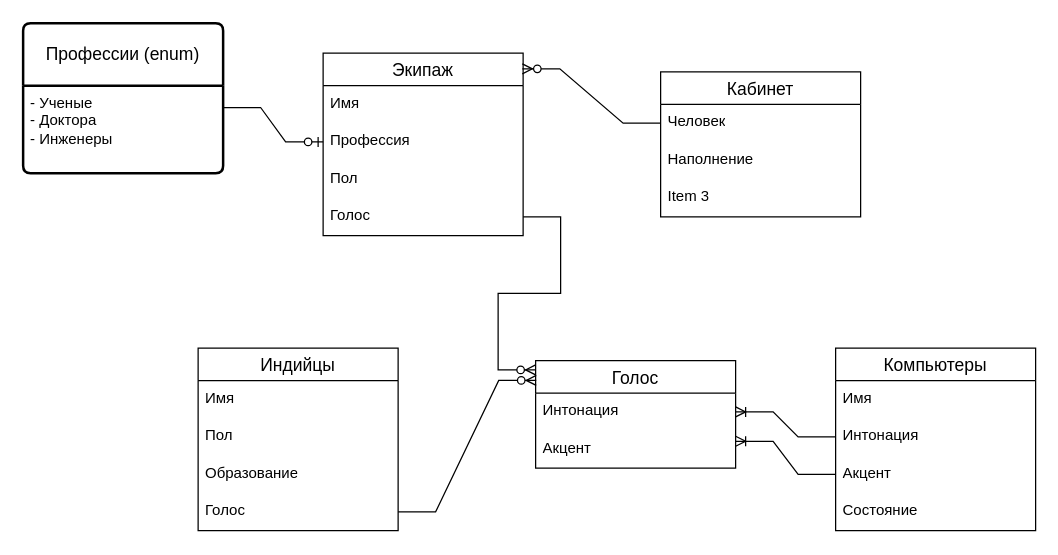
The draw.io diagram БД.drawio in ser535/DB-1, before the edit. Source tidied: cells renumbered, new cells numbered last; positions are measured from the earlier drawing's top-left corner, leaving out a move shared by most shapes. Both pictures are drawn from the tidied source at 125%, with x=0, y=0 at pixel (22, 22).
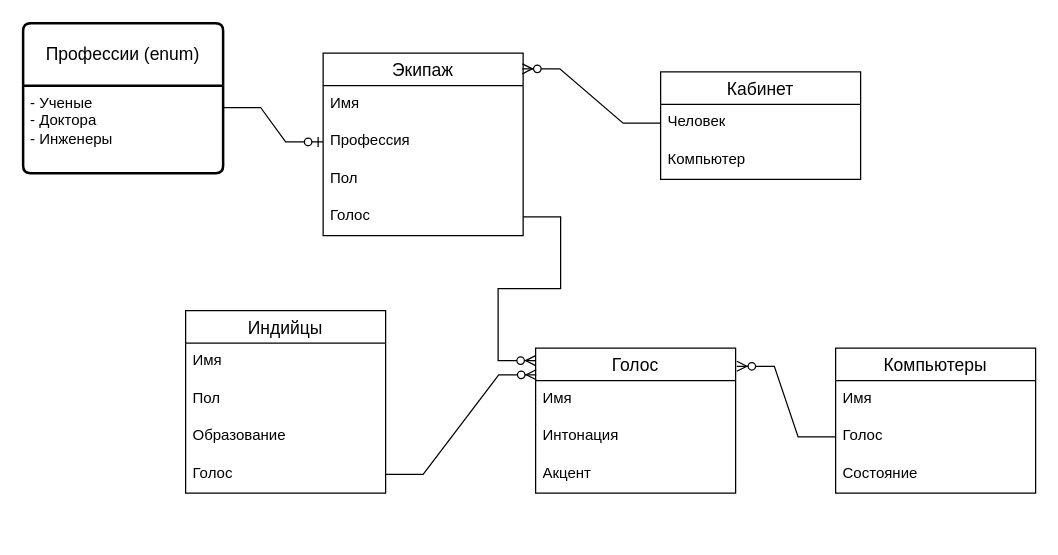
The same diagram, later.

Commit message:
Infologic diagram

What changed in the source:
```diff
@@
     <mxCell id="7" value="Компьютеры" style="swimlane;fontStyle=0;horizontal=1;startSize=26;align=center;fontSize=14;" parent="1" vertex="1">
-      <mxGeometry x="650" y="260" width="160" height="146" as="geometry" />
+      <mxGeometry x="650" y="260" width="160" height="116" as="geometry" />
     </mxCell>
@@
-    <mxCell id="9" value="Интонация" style="text;strokeColor=none;fillColor=none;spacingLeft=4;spacingRight=4;overflow=hidden;points=[[0,0.5],[1,0.5]];portConstraint=eastwest;fontSize=12;whiteSpace=wrap;html=1;" parent="7" vertex="1">
-      <mxGeometry y="56" width="160" height="30" as="geometry" />
-    </mxCell>
-    <mxCell id="10" value="Акцент" style="text;strokeColor=none;fillColor=none;spacingLeft=4;spacingRight=4;overflow=hidden;points=[[0,0.5],[1,0.5]];portConstraint=eastwest;fontSize=12;whiteSpace=wrap;html=1;" parent="7" vertex="1">
-      <mxGeometry y="86" width="160" height="30" as="geometry" />
+    <mxCell id="10" value="Голос" style="text;strokeColor=none;fillColor=none;spacingLeft=4;spacingRight=4;overflow=hidden;points=[[0,0.5],[1,0.5]];portConstraint=eastwest;fontSize=12;whiteSpace=wrap;html=1;" parent="7" vertex="1">
+      <mxGeometry y="56" width="160" height="30" as="geometry" />
     </mxCell>
     <mxCell id="11" value="Состояние" style="text;strokeColor=none;fillColor=none;spacingLeft=4;spacingRight=4;overflow=hidden;fontSize=12;whiteSpace=wrap;html=1;" parent="7" vertex="1">
-      <mxGeometry y="116" width="160" height="30" as="geometry" />
+      <mxGeometry y="86" width="160" height="30" as="geometry" />
     </mxCell>
     <mxCell id="12" value="Голос" style="swimlane;fontStyle=0;horizontal=1;startSize=26;align=center;fontSize=14;" parent="1" vertex="1">
-      <mxGeometry x="410" y="270" width="160" height="86" as="geometry" />
+      <mxGeometry x="410" y="260" width="160" height="116" as="geometry" />
     </mxCell>
-    <mxCell id="13" value="Интонация" style="text;strokeColor=none;fillColor=none;spacingLeft=4;spacingRight=4;overflow=hidden;points=[[0,0.5],[1,0.5]];portConstraint=eastwest;fontSize=12;whiteSpace=wrap;html=1;" parent="12" vertex="1">
+    <mxCell id="13" value="Имя" style="text;strokeColor=none;fillColor=none;spacingLeft=4;spacingRight=4;overflow=hidden;points=[[0,0.5],[1,0.5]];portConstraint=eastwest;fontSize=12;whiteSpace=wrap;html=1;" parent="12" vertex="1">
       <mxGeometry y="26" width="160" height="30" as="geometry" />
     </mxCell>
+    <mxCell id="9" value="Интонация" style="text;strokeColor=none;fillColor=none;spacingLeft=4;spacingRight=4;overflow=hidden;points=[[0,0.5],[1,0.5]];portConstraint=eastwest;fontSize=12;whiteSpace=wrap;html=1;" parent="12" vertex="1">
+      <mxGeometry y="56" width="160" height="30" as="geometry" />
+    </mxCell>
     <mxCell id="14" value="Акцент" style="text;strokeColor=none;fillColor=none;spacingLeft=4;spacingRight=4;overflow=hidden;fontSize=12;whiteSpace=wrap;html=1;" parent="12" vertex="1">
-      <mxGeometry y="56" width="160" height="30" as="geometry" />
+      <mxGeometry y="86" width="160" height="30" as="geometry" />
     </mxCell>
     <mxCell id="15" value="Индийцы" style="swimlane;fontStyle=0;horizontal=1;startSize=26;align=center;fontSize=14;" parent="1" vertex="1">
-      <mxGeometry x="140" y="260" width="160" height="146" as="geometry" />
+      <mxGeometry x="130" y="230" width="160" height="146" as="geometry" />
     </mxCell>
@@
-    <mxCell id="20" style="edgeStyle=entityRelationEdgeStyle;fontSize=12;html=1;endArrow=ERoneToMany;rounded=0;exitX=0;exitY=0.5;exitDx=0;exitDy=0;entryX=1;entryY=0.5;entryDx=0;entryDy=0;" parent="1" edge="1" source="9" target="13">
-      <mxGeometry relative="1" as="geometry" />
-    </mxCell>
-    <mxCell id="21" style="edgeStyle=entityRelationEdgeStyle;fontSize=12;html=1;endArrow=ERoneToMany;rounded=0;exitX=0;exitY=0.5;exitDx=0;exitDy=0;entryX=1;entryY=0.75;entryDx=0;entryDy=0;" parent="1" edge="1" source="10" target="12">
-      <mxGeometry relative="1" as="geometry" />
-    </mxCell>
@@
     <mxCell id="27" value="Кабинет" style="swimlane;fontStyle=0;horizontal=1;startSize=26;align=center;fontSize=14;" parent="1" vertex="1">
-      <mxGeometry x="510" y="39" width="160" height="116" as="geometry" />
+      <mxGeometry x="510" y="39" width="160" height="86" as="geometry" />
     </mxCell>
@@
-    <mxCell id="29" value="Наполнение" style="text;strokeColor=none;fillColor=none;spacingLeft=4;spacingRight=4;overflow=hidden;fontSize=12;whiteSpace=wrap;html=1;" parent="27" vertex="1">
+    <mxCell id="29" value="Компьютер" style="text;strokeColor=none;fillColor=none;spacingLeft=4;spacingRight=4;overflow=hidden;fontSize=12;whiteSpace=wrap;html=1;" parent="27" vertex="1">
       <mxGeometry y="56" width="160" height="30" as="geometry" />
     </mxCell>
-    <mxCell id="30" value="Item 3" style="text;strokeColor=none;fillColor=none;spacingLeft=4;spacingRight=4;overflow=hidden;fontSize=12;whiteSpace=wrap;html=1;" parent="27" vertex="1">
-      <mxGeometry y="86" width="160" height="30" as="geometry" />
-    </mxCell>
@@
+    <mxCell id="21" style="edgeStyle=entityRelationEdgeStyle;fontSize=12;html=1;endArrow=ERzeroToMany;endFill=1;rounded=0;exitX=0;exitY=0.5;exitDx=0;exitDy=0;entryX=1.006;entryY=0.125;entryDx=0;entryDy=0;entryPerimeter=0;" parent="1" edge="1" source="10" target="12">
+      <mxGeometry relative="1" as="geometry" />
+    </mxCell>
```
